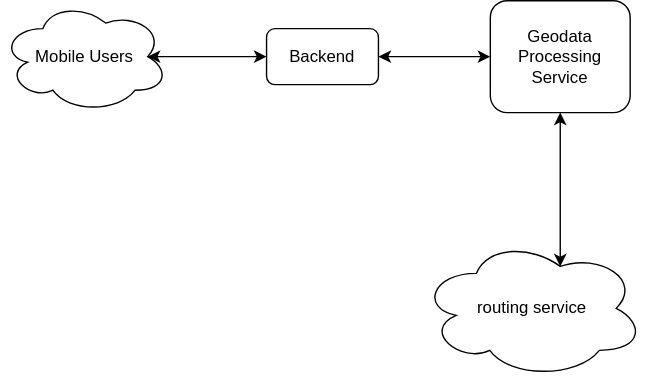
This is img/mobile-app-architecture.svg from s-fleck/simple-webservices-with-plumber-uros2020, a draw.io export, as it was before one commit. Source tidied: cells renumbered, new cells last; positions are measured from the earlier drawing's top-left corner, leaving out a move shared by most shapes. Its diagram source:
```xml
<mxGraphModel>
  <root>
    <mxCell id="0" />
    <mxCell id="1" parent="0" />
    <mxCell id="2" value="Backend" style="rounded=1;whiteSpace=wrap;html=1;" parent="1" vertex="1">
      <mxGeometry x="190" y="20" width="80" height="40" as="geometry" />
    </mxCell>
    <mxCell id="3" value="Mobile Users" style="ellipse;shape=cloud;whiteSpace=wrap;html=1;" parent="1" vertex="1">
      <mxGeometry width="120" height="80" as="geometry" />
    </mxCell>
    <mxCell id="4" value="Geodata Processing Service" style="rounded=1;whiteSpace=wrap;html=1;" parent="1" vertex="1">
      <mxGeometry x="350" width="100" height="80" as="geometry" />
    </mxCell>
    <mxCell id="5" style="endArrow=classic;startArrow=classic;html=1;exitX=1;exitY=0.5;exitDx=0;exitDy=0;entryX=0;entryY=0.5;entryDx=0;entryDy=0;" parent="1" edge="1" source="2" target="4">
      <mxGeometry relative="1" as="geometry" />
    </mxCell>
    <mxCell id="6" style="endArrow=classic;startArrow=classic;html=1;exitX=0.875;exitY=0.5;exitDx=0;exitDy=0;exitPerimeter=0;entryX=0;entryY=0.5;entryDx=0;entryDy=0;" parent="1" edge="1" source="3" target="2">
      <mxGeometry relative="1" as="geometry" />
    </mxCell>
    <mxCell id="7" value="&lt;div&gt;routing service&lt;/div&gt;" style="ellipse;shape=cloud;whiteSpace=wrap;html=1;" parent="1" vertex="1">
      <mxGeometry x="300" y="170" width="160" height="100" as="geometry" />
    </mxCell>
    <mxCell id="8" style="endArrow=classic;startArrow=classic;html=1;entryX=0.625;entryY=0.2;entryDx=0;entryDy=0;entryPerimeter=0;" parent="1" edge="1" source="4" target="7">
      <mxGeometry relative="1" as="geometry" />
    </mxCell>
  </root>
</mxGraphModel>
```
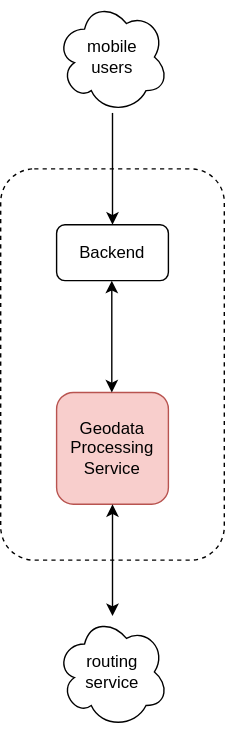
Above is the later version.

Change to the diagram source:
```diff
@@ -2,26 +2,36 @@
   <root>
     <mxCell id="0" />
     <mxCell id="1" parent="0" />
+    <mxCell id="9" style="rounded=1;whiteSpace=wrap;html=1;dashed=1;" parent="1" vertex="1">
+      <mxGeometry x="50" y="-90" width="160" height="280" as="geometry" />
+    </mxCell>
     <mxCell id="2" value="Backend" style="rounded=1;whiteSpace=wrap;html=1;" parent="1" vertex="1">
-      <mxGeometry x="190" y="20" width="80" height="40" as="geometry" />
+      <mxGeometry x="90" y="-50" width="80" height="40" as="geometry" />
     </mxCell>
-    <mxCell id="3" value="Mobile Users" style="ellipse;shape=cloud;whiteSpace=wrap;html=1;" parent="1" vertex="1">
-      <mxGeometry width="120" height="80" as="geometry" />
-    </mxCell>
-    <mxCell id="4" value="Geodata Processing Service" style="rounded=1;whiteSpace=wrap;html=1;" parent="1" vertex="1">
-      <mxGeometry x="350" width="100" height="80" as="geometry" />
+    <mxCell id="4" value="Geodata Processing Service" style="rounded=1;whiteSpace=wrap;html=1;fillColor=#f8cecc;strokeColor=#b85450;" parent="1" vertex="1">
+      <mxGeometry x="90" y="70" width="80" height="80" as="geometry" />
     </mxCell>
-    <mxCell id="5" style="endArrow=classic;startArrow=classic;html=1;exitX=1;exitY=0.5;exitDx=0;exitDy=0;entryX=0;entryY=0.5;entryDx=0;entryDy=0;" parent="1" edge="1" source="2" target="4">
-      <mxGeometry relative="1" as="geometry" />
-    </mxCell>
-    <mxCell id="6" style="endArrow=classic;startArrow=classic;html=1;exitX=0.875;exitY=0.5;exitDx=0;exitDy=0;exitPerimeter=0;entryX=0;entryY=0.5;entryDx=0;entryDy=0;" parent="1" edge="1" source="3" target="2">
-      <mxGeometry relative="1" as="geometry" />
-    </mxCell>
-    <mxCell id="7" value="&lt;div&gt;routing service&lt;/div&gt;" style="ellipse;shape=cloud;whiteSpace=wrap;html=1;" parent="1" vertex="1">
-      <mxGeometry x="300" y="170" width="160" height="100" as="geometry" />
+    <mxCell id="7" value="&lt;div&gt;routing&lt;/div&gt;&lt;div&gt;service&lt;br&gt;&lt;/div&gt;" style="ellipse;shape=cloud;whiteSpace=wrap;html=1;" parent="1" vertex="1">
+      <mxGeometry x="90" y="230" width="80" height="80" as="geometry" />
     </mxCell>
-    <mxCell id="8" style="endArrow=classic;startArrow=classic;html=1;entryX=0.625;entryY=0.2;entryDx=0;entryDy=0;entryPerimeter=0;" parent="1" edge="1" source="4" target="7">
-      <mxGeometry relative="1" as="geometry" />
-    </mxCell>
+    <mxCell id="10" value="&lt;div&gt;mobile&lt;/div&gt;&lt;div&gt;users&lt;br&gt;&lt;/div&gt;" style="ellipse;shape=cloud;whiteSpace=wrap;html=1;" parent="1" vertex="1">
+      <mxGeometry x="90" y="-210" width="80" height="80" as="geometry" />
+    </mxCell>
+    <mxCell id="11" style="endArrow=classic;startArrow=classic;html=1;" parent="1" edge="1" source="7">
+      <mxGeometry relative="1" as="geometry">
+        <mxPoint x="130" y="150" as="targetPoint" />
+      </mxGeometry>
+    </mxCell>
+    <mxCell id="12" style="endArrow=classic;startArrow=classic;html=1;exitX=0.5;exitY=1;exitDx=0;exitDy=0;" parent="1" edge="1">
+      <mxGeometry relative="1" as="geometry">
+        <mxPoint x="129.5" y="70" as="sourcePoint" />
+        <mxPoint x="129.5" y="-10" as="targetPoint" />
+      </mxGeometry>
+    </mxCell>
+    <mxCell id="13" style="endArrow=classic;html=1;entryX=0.5;entryY=0;entryDx=0;entryDy=0;" parent="1" edge="1" target="2">
+      <mxGeometry relative="1" as="geometry">
+        <mxPoint x="130" y="-130" as="sourcePoint" />
+      </mxGeometry>
+    </mxCell>
   </root>
 </mxGraphModel>
```
